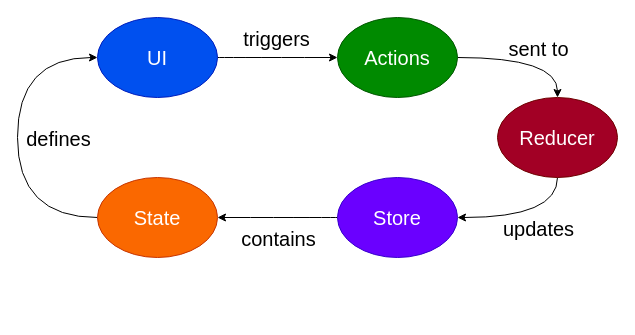
Before: docs/dd/figures/Redux.drawio in Alenichel/CodiglioniNichelini-SmartTourist, a draw.io diagram. Source tidied: cells renumbered, new cells numbered last; positions are measured from the earlier drawing's top-left corner, leaving out a move shared by most shapes. Both pictures are drawn from the tidied source at 100%, with x=0, y=0 at pixel (17, 17).
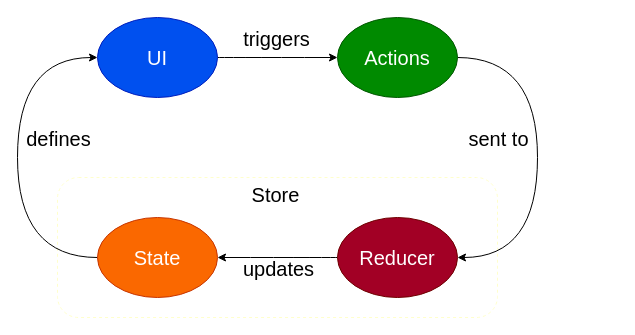
The same page after the edit.

The change refers to these unchanged cells:
```xml
<mxCell id="13" value="Actions" style="ellipse;whiteSpace=wrap;html=1;fontSize=20;fillColor=#008a00;strokeColor=#005700;fontColor=#ffffff;" parent="1" vertex="1">
  <mxGeometry x="320" width="120" height="80" as="geometry" />
</mxCell>
<mxCell id="16" value="UI" style="ellipse;whiteSpace=wrap;html=1;fontSize=20;fillColor=#0050ef;strokeColor=#001DBC;fontColor=#ffffff;" parent="1" vertex="1">
  <mxGeometry x="80" width="120" height="80" as="geometry" />
</mxCell>
```

Diff of the diagram source:
```diff
@@
+    <mxCell id="17" style="rounded=1;whiteSpace=wrap;html=1;dashed=1;fontColor=#ffffff;fillColor=none;strokeColor=#FFFFCC;" parent="1" vertex="1">
+      <mxGeometry x="40" y="160" width="440" height="140" as="geometry" />
+    </mxCell>
     <mxCell id="2" style="edgeStyle=orthogonalEdgeStyle;jettySize=auto;html=1;exitX=0;exitY=0.5;exitDx=0;exitDy=0;entryX=0;entryY=0.5;entryDx=0;entryDy=0;fontSize=20;curved=1;" parent="1" edge="1" source="4" target="16">
       <mxGeometry relative="1" as="geometry">
         <Array as="points">
-          <mxPoint y="200" />
+          <mxPoint y="240" />
           <mxPoint y="40" />
         </Array>
       </mxGeometry>
     </mxCell>
     <mxCell id="3" value="defines" style="edgeLabel;html=1;align=center;verticalAlign=middle;fontSize=20;labelBackgroundColor=none;" parent="2" vertex="1">
       <mxGeometry x="-0.01" y="-2" relative="1" as="geometry">
-        <mxPoint x="38" y="-2" as="offset" />
+        <mxPoint x="38" y="-22" as="offset" />
       </mxGeometry>
     </mxCell>
     <mxCell id="4" value="State" style="ellipse;whiteSpace=wrap;html=1;fontSize=20;fillColor=#fa6800;strokeColor=#C73500;fontColor=#ffffff;" parent="1" vertex="1">
-      <mxGeometry x="80" y="160" width="120" height="80" as="geometry" />
+      <mxGeometry x="80" y="200" width="120" height="80" as="geometry" />
     </mxCell>
-    <mxCell id="5" style="edgeStyle=orthogonalEdgeStyle;curved=1;jettySize=auto;html=1;exitX=0;exitY=0.5;exitDx=0;exitDy=0;entryX=1;entryY=0.5;entryDx=0;entryDy=0;fontSize=20;" parent="1" edge="1" source="7" target="4">
-      <mxGeometry relative="1" as="geometry" />
-    </mxCell>
-    <mxCell id="6" value="contains" style="edgeLabel;html=1;align=center;verticalAlign=middle;fontSize=20;labelBackgroundColor=none;" parent="5" vertex="1">
-      <mxGeometry x="0.08" y="5" relative="1" as="geometry">
-        <mxPoint x="5" y="15" as="offset" />
-      </mxGeometry>
-    </mxCell>
-    <mxCell id="7" value="Store" style="ellipse;whiteSpace=wrap;html=1;fontSize=20;fillColor=#6a00ff;strokeColor=#3700CC;fontColor=#ffffff;" parent="1" vertex="1">
-      <mxGeometry x="320" y="160" width="120" height="80" as="geometry" />
-    </mxCell>
-    <mxCell id="8" style="edgeStyle=orthogonalEdgeStyle;curved=1;jettySize=auto;html=1;exitX=0.5;exitY=1;exitDx=0;exitDy=0;entryX=1;entryY=0.5;entryDx=0;entryDy=0;fontSize=20;" parent="1" edge="1" source="10" target="7">
+    <mxCell id="8" style="edgeStyle=orthogonalEdgeStyle;curved=1;jettySize=auto;html=1;exitX=0;exitY=0.5;exitDx=0;exitDy=0;entryX=1;entryY=0.5;entryDx=0;entryDy=0;fontSize=20;" parent="1" edge="1" source="10" target="4">
       <mxGeometry relative="1" as="geometry" />
     </mxCell>
     <mxCell id="9" value="updates" style="edgeLabel;html=1;align=center;verticalAlign=middle;fontSize=20;labelBackgroundColor=none;" parent="8" vertex="1">
       <mxGeometry x="-0.03" y="-4" relative="1" as="geometry">
-        <mxPoint x="8" y="14" as="offset" />
+        <mxPoint x="-2" y="14" as="offset" />
       </mxGeometry>
     </mxCell>
     <mxCell id="10" value="Reducer" style="ellipse;whiteSpace=wrap;html=1;fontSize=20;fillColor=#a20025;strokeColor=#6F0000;fontColor=#ffffff;" parent="1" vertex="1">
-      <mxGeometry x="480" y="80" width="120" height="80" as="geometry" />
+      <mxGeometry x="320" y="200" width="120" height="80" as="geometry" />
     </mxCell>
-    <mxCell id="11" style="edgeStyle=orthogonalEdgeStyle;curved=1;jettySize=auto;html=1;exitX=1;exitY=0.5;exitDx=0;exitDy=0;entryX=0.5;entryY=0;entryDx=0;entryDy=0;fontSize=20;" parent="1" edge="1" source="13" target="10">
-      <mxGeometry relative="1" as="geometry" />
+    <mxCell id="11" style="edgeStyle=orthogonalEdgeStyle;curved=1;jettySize=auto;html=1;exitX=1;exitY=0.5;exitDx=0;exitDy=0;entryX=1;entryY=0.5;entryDx=0;entryDy=0;fontSize=20;" parent="1" edge="1" source="13" target="10">
+      <mxGeometry relative="1" as="geometry">
+        <Array as="points">
+          <mxPoint x="520" y="40" />
+          <mxPoint x="520" y="240" />
+        </Array>
+      </mxGeometry>
     </mxCell>
     <mxCell id="12" value="sent to" style="edgeLabel;html=1;align=center;verticalAlign=middle;fontSize=20;labelBackgroundColor=none;" parent="11" vertex="1">
       <mxGeometry x="-0.3" y="-1" relative="1" as="geometry">
-        <mxPoint x="31" y="-11" as="offset" />
+        <mxPoint x="-39" y="34" as="offset" />
       </mxGeometry>
     </mxCell>
@@
+    <mxCell id="7" value="Store" style="edgeLabel;html=1;align=center;verticalAlign=middle;points=[];fontSize=20;labelBackgroundColor=none;" parent="1" vertex="1">
+      <mxGeometry x="260" y="180" as="geometry">
+        <mxPoint x="-3" y="-4" as="offset" />
+      </mxGeometry>
+    </mxCell>
```
